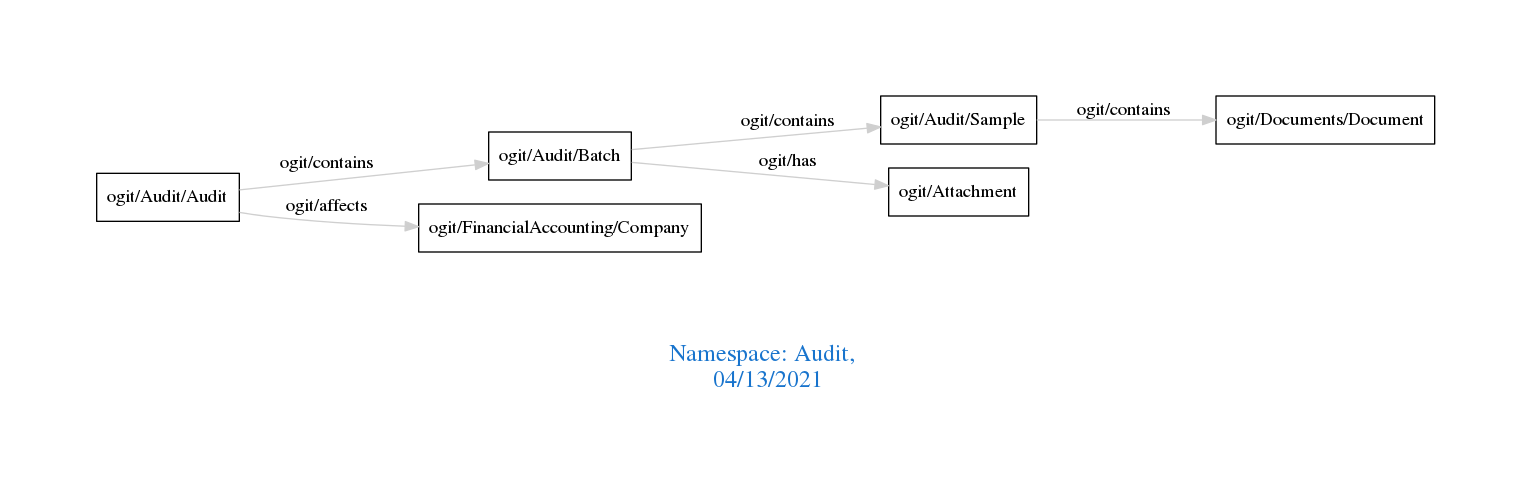
Before: downloads/Audit.png, a diagram exported from Graphviz (arago/OGIT). Its source is kept beside it as downloads/Audit.dot.
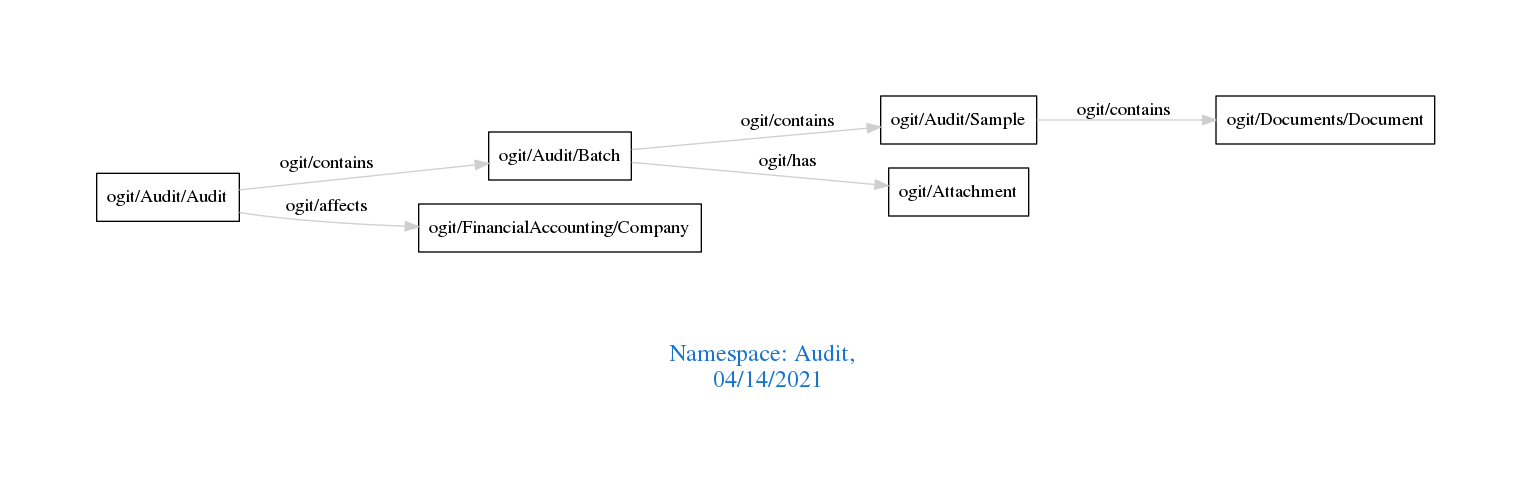
The same file after the commit.

What changed in the source:
```diff
@@ -1,7 +1,7 @@
 digraph OGIT_ontology {
  graph [ rankdir= LR,pad=1
 fontsize = 18,
-fontcolor= dodgerblue3,label = "\n\n\nNamespace: Audit, \n 04/13/2021"];
+fontcolor= dodgerblue3,label = "\n\n\nNamespace: Audit, \n 04/14/2021"];
 node[shape=polygon];
 edge [  color="gray81"];
 
```
